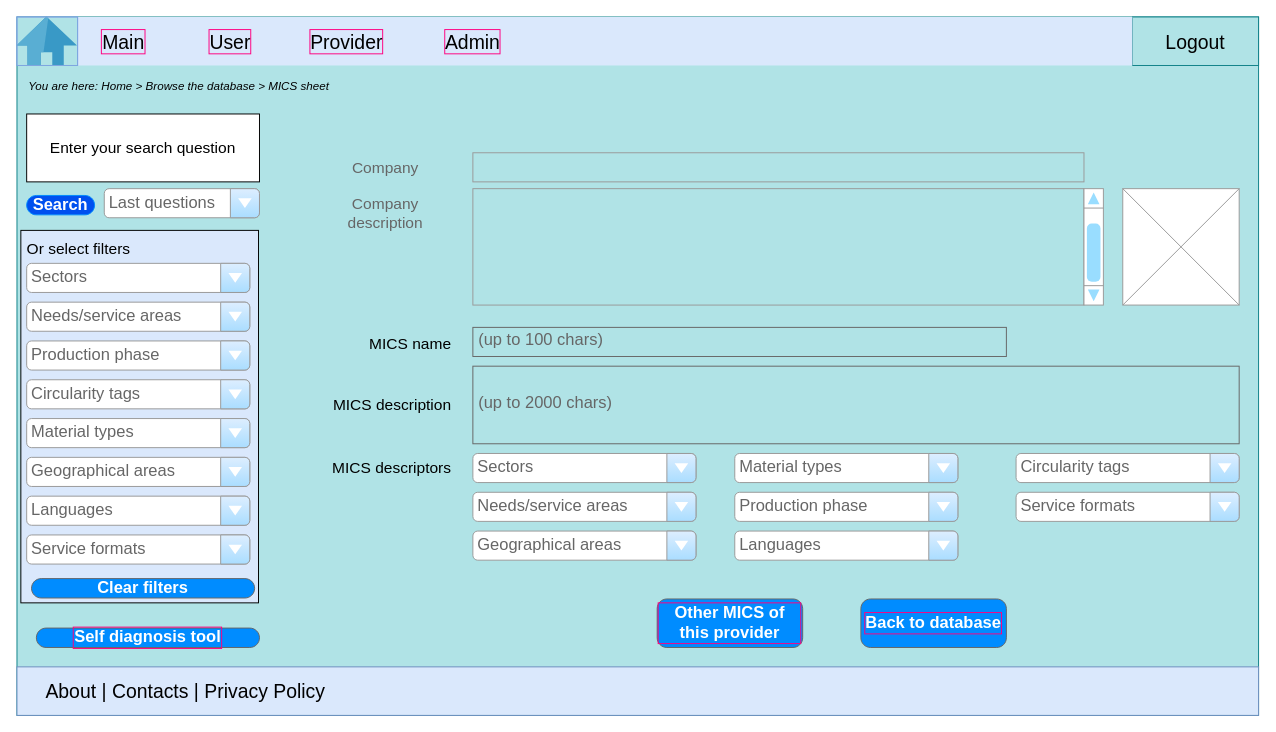
Before: page "MICS view single" (5 of 17) of IDP048 UI.drawio.xml in giuseppe-r2m/mics-finder, a draw.io diagram. Source tidied: cells renumbered, new cells numbered last; positions are measured from the earlier drawing's top-left corner, leaving out a move shared by most shapes. Both pictures are drawn from the tidied source at 97%, with x=0, y=0 at pixel (16, 16).
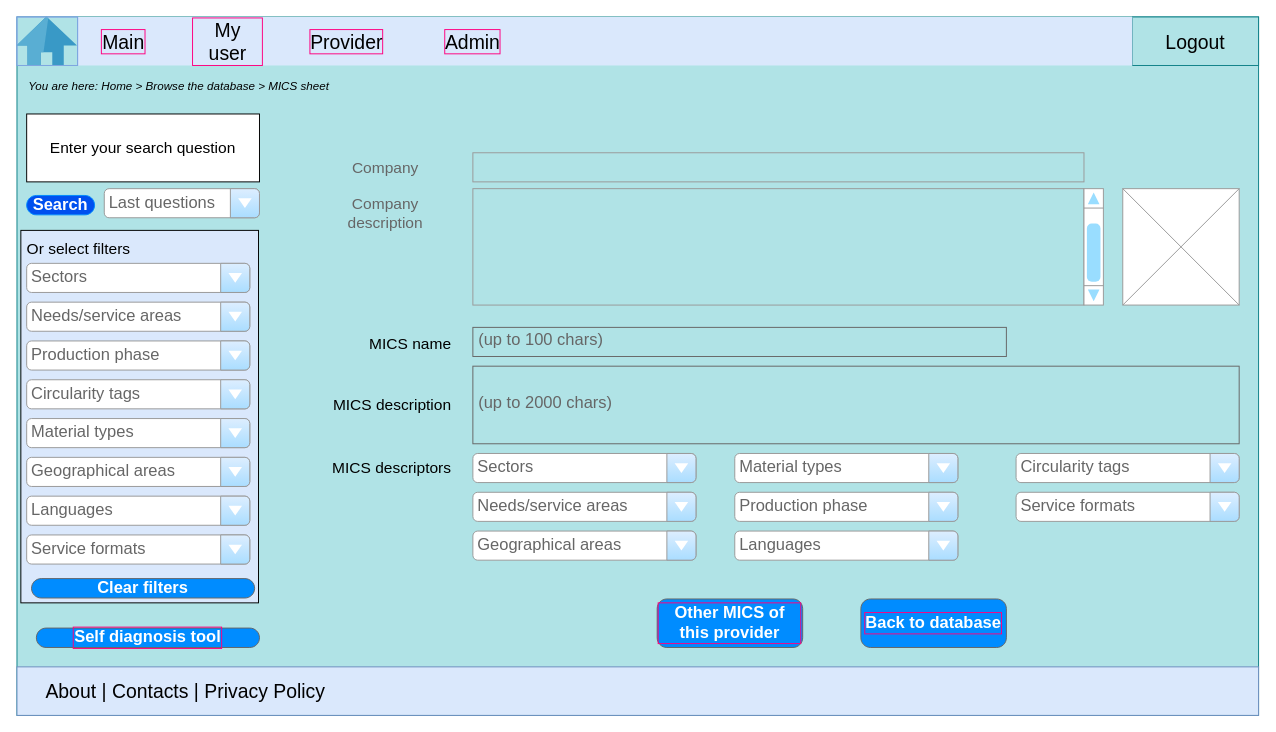
The same diagram, later.

Commit message (it also covers changes not shown here):
[UPD] Updated after some user comments

The change refers to these unchanged cells:
```xml
<mxCell id="2" style="group;" parent="1" vertex="1">
  <mxGeometry width="1280" height="720" as="geometry" />
</mxCell>
```

The edit, as a diff of the source:
```diff
@@
-    <mxCell id="10" value="User" style="text;html=1;strokeColor=none;fillColor=none;align=center;verticalAlign=middle;whiteSpace=wrap;rounded=0;fontSize=20;fontColor=#000000;labelBorderColor=#FF0080;" parent="2" vertex="1">
-      <mxGeometry x="190" y="10" width="60" height="30" as="geometry" />
-    </mxCell>
@@
+    <mxCell id="49" value="My user" style="text;html=1;strokeColor=none;fillColor=none;align=center;verticalAlign=middle;whiteSpace=wrap;rounded=0;fontSize=20;fontColor=#000000;labelBorderColor=#FF0080;" parent="2" vertex="1">
+      <mxGeometry x="180" y="10" width="75" height="30" as="geometry" />
+    </mxCell>
```
